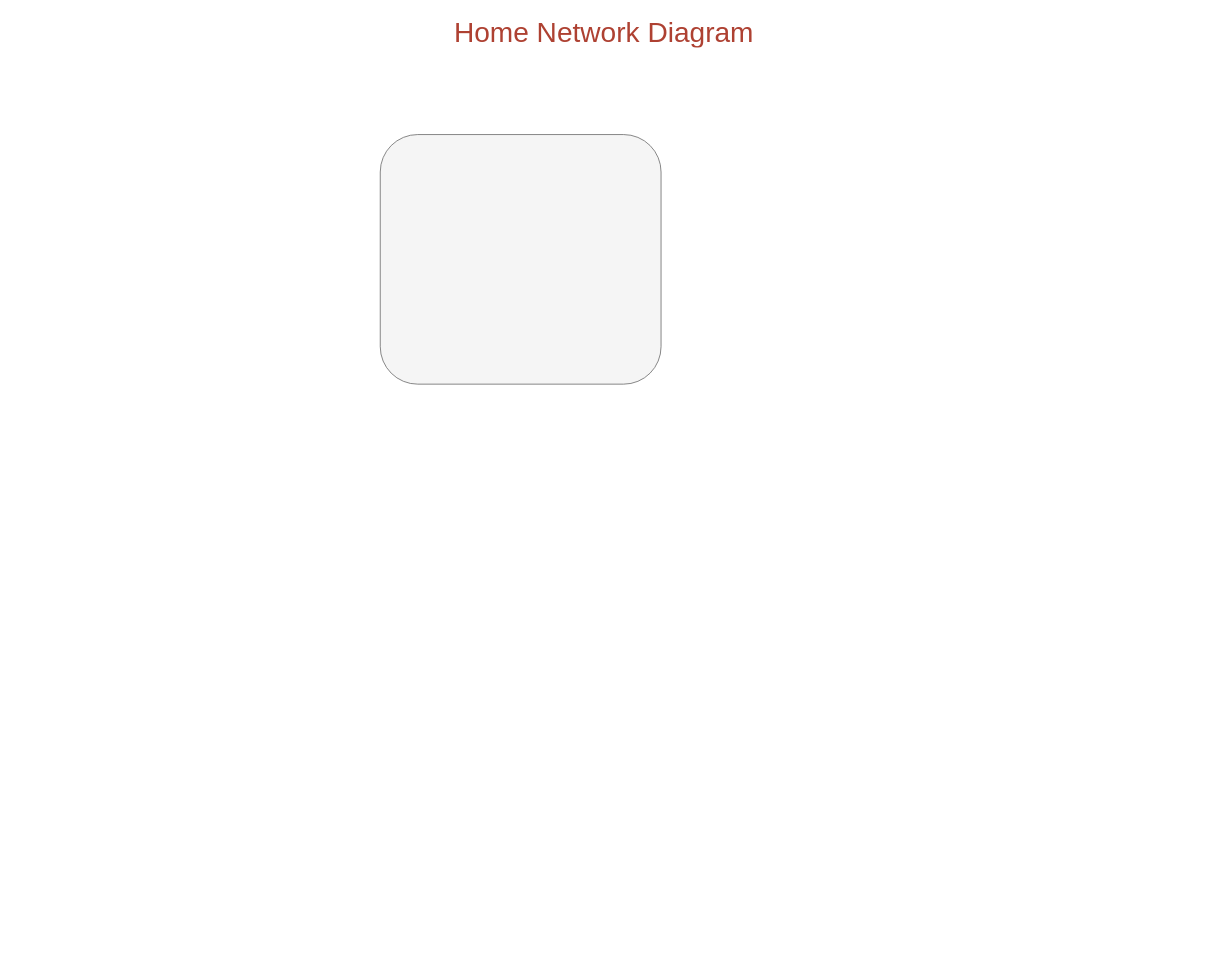
Before: home_network.drawio in scattenlaeufer/home_network, a draw.io diagram. Source tidied: cells renumbered, new cells numbered last; positions are measured from the earlier drawing's top-left corner, leaving out a move shared by most shapes. Both pictures are drawn from the tidied source at 78%, with x=0, y=0 at pixel (66, 13).
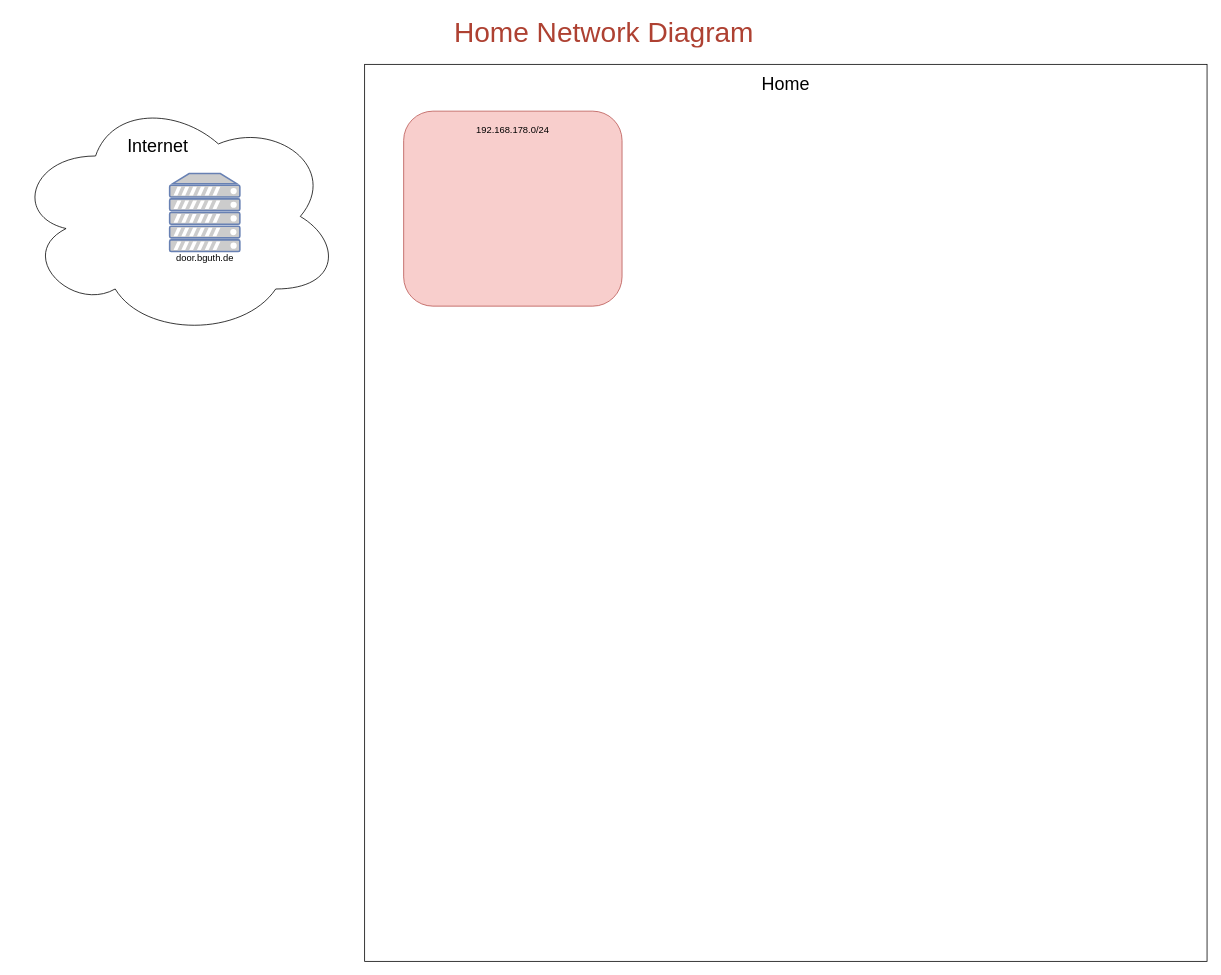
The same page after the edit.

Commit message:
Work a tiny little bit on home_network.drawio

The edit, as a diff of the source:
```diff
@@
 <mxGraphModel>
   <root>
     <mxCell id="0" />
     <mxCell id="1" parent="0" />
     <mxCell id="2" value="&lt;div&gt;Home Network Diagram&lt;br&gt;&lt;/div&gt;" style="text;html=1;strokeColor=none;fillColor=none;align=center;verticalAlign=middle;whiteSpace=wrap;overflow=hidden;shadow=0;fontSize=36;fontColor=#AE4132;fontStyle=0;" parent="1" vertex="1">
       <mxGeometry width="1380" height="45" as="geometry" />
     </mxCell>
-    <mxCell id="3" style="rounded=1;whiteSpace=wrap;html=1;fillColor=#f5f5f5;fontColor=#333333;strokeColor=#666666;" parent="1" vertex="1">
-      <mxGeometry x="403" y="155" width="360" height="320" as="geometry" />
-    </mxCell>
+    <mxCell id="4" style="ellipse;shape=cloud;whiteSpace=wrap;html=1;" parent="1" vertex="1">
+      <mxGeometry x="-67" y="105" width="420" height="310" as="geometry" />
+    </mxCell>
+    <mxCell id="5" value="&lt;div style=&quot;font-size: 23px;&quot;&gt;&lt;font style=&quot;font-size: 23px;&quot;&gt;Internet&lt;/font&gt;&lt;/div&gt;" style="text;html=1;strokeColor=none;fillColor=none;align=center;verticalAlign=middle;whiteSpace=wrap;rounded=0;" parent="1" vertex="1">
+      <mxGeometry x="53" y="145" width="130" height="50" as="geometry" />
+    </mxCell>
+    <mxCell id="6" style="fontColor=#0066CC;verticalAlign=top;verticalLabelPosition=bottom;labelPosition=center;align=center;html=1;fillColor=#CCCCCC;strokeColor=#6881B3;gradientColor=none;gradientDirection=north;strokeWidth=2;shape=mxgraph.networks.server;fontSize=23;" parent="1" vertex="1">
+      <mxGeometry x="133" y="205" width="90" height="100" as="geometry" />
+    </mxCell>
+    <mxCell id="7" value="&lt;font style=&quot;font-size: 12px;&quot;&gt;door.bguth.de&lt;/font&gt;" style="text;html=1;strokeColor=none;fillColor=none;align=center;verticalAlign=middle;whiteSpace=wrap;rounded=0;fontSize=23;" parent="1" vertex="1">
+      <mxGeometry x="125.5" y="295" width="105" height="30" as="geometry" />
+    </mxCell>
+    <mxCell id="8" style="rounded=0;whiteSpace=wrap;html=1;fontSize=12;" parent="1" vertex="1">
+      <mxGeometry x="383" y="65" width="1080" height="1150" as="geometry" />
+    </mxCell>
+    <mxCell id="9" value="&lt;font style=&quot;font-size: 23px;&quot;&gt;Home&lt;/font&gt;" style="text;html=1;strokeColor=none;fillColor=none;align=center;verticalAlign=middle;whiteSpace=wrap;rounded=0;fontSize=12;" parent="1" vertex="1">
+      <mxGeometry x="893" y="75" width="60" height="30" as="geometry" />
+    </mxCell>
+    <mxCell id="10" style="rounded=1;whiteSpace=wrap;html=1;fontSize=23;fillColor=#f8cecc;strokeColor=#b85450;" parent="1" vertex="1">
+      <mxGeometry x="433" y="125" width="280" height="250" as="geometry" />
+    </mxCell>
+    <mxCell id="11" value="&lt;div&gt;192.168.178.0/24&lt;/div&gt;" style="text;html=1;strokeColor=none;fillColor=none;align=center;verticalAlign=middle;whiteSpace=wrap;rounded=0;fontSize=12;" parent="1" vertex="1">
+      <mxGeometry x="508" y="135" width="130" height="30" as="geometry" />
+    </mxCell>
   </root>
 </mxGraphModel>
```
